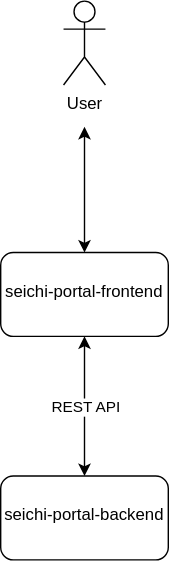
This is docs/overhead-view.drawio.svg from GiganticMinecraft/seichi-portal, a draw.io export, as it was before one commit. Source tidied: cells renumbered, new cells last; positions are measured from the earlier drawing's top-left corner, leaving out a move shared by most shapes. Its diagram source:
```xml
<mxGraphModel>
  <root>
    <mxCell id="0" />
    <mxCell id="1" parent="0" />
    <mxCell id="2" style="html=1;strokeColor=default;startArrow=classic;startFill=1;" parent="1" edge="1" target="6">
      <mxGeometry relative="1" as="geometry">
        <mxPoint x="60" y="90" as="sourcePoint" />
      </mxGeometry>
    </mxCell>
    <mxCell id="3" value="User" style="shape=umlActor;verticalLabelPosition=bottom;verticalAlign=top;html=1;align=center;" parent="1" vertex="1">
      <mxGeometry x="45" width="30" height="60" as="geometry" />
    </mxCell>
    <mxCell id="4" style="edgeStyle=none;html=1;strokeColor=default;startArrow=classic;startFill=1;" parent="1" edge="1" source="6" target="7">
      <mxGeometry relative="1" as="geometry" />
    </mxCell>
    <mxCell id="5" value="REST API" style="edgeLabel;html=1;align=center;verticalAlign=middle;" parent="4" vertex="1">
      <mxGeometry x="0.14" relative="1" as="geometry">
        <mxPoint y="-7" as="offset" />
      </mxGeometry>
    </mxCell>
    <mxCell id="6" value="&lt;br&gt;seichi-portal-frontend" style="rounded=1;whiteSpace=wrap;html=1;verticalAlign=top;" parent="1" vertex="1">
      <mxGeometry y="180" width="120" height="60" as="geometry" />
    </mxCell>
    <mxCell id="7" value="&lt;br&gt;seichi-portal-backend" style="whiteSpace=wrap;html=1;verticalAlign=top;rounded=1;" parent="1" vertex="1">
      <mxGeometry y="340" width="120" height="60" as="geometry" />
    </mxCell>
  </root>
</mxGraphModel>
```
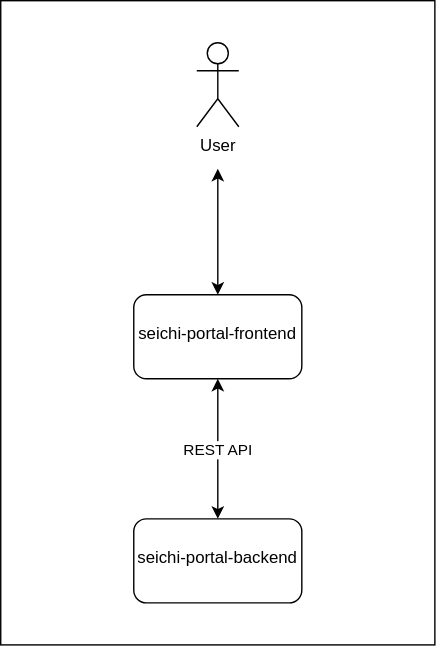
Above is the later version.

What changed in the source:
```diff
@@ -2,6 +2,9 @@
   <root>
     <mxCell id="0" />
     <mxCell id="1" parent="0" />
+    <mxCell id="8" style="rounded=0;whiteSpace=wrap;html=1;" parent="1" vertex="1">
+      <mxGeometry x="-95" y="-30" width="310" height="460" as="geometry" />
+    </mxCell>
     <mxCell id="2" style="html=1;strokeColor=default;startArrow=classic;startFill=1;" parent="1" edge="1" target="6">
       <mxGeometry relative="1" as="geometry">
         <mxPoint x="60" y="90" as="sourcePoint" />
```
